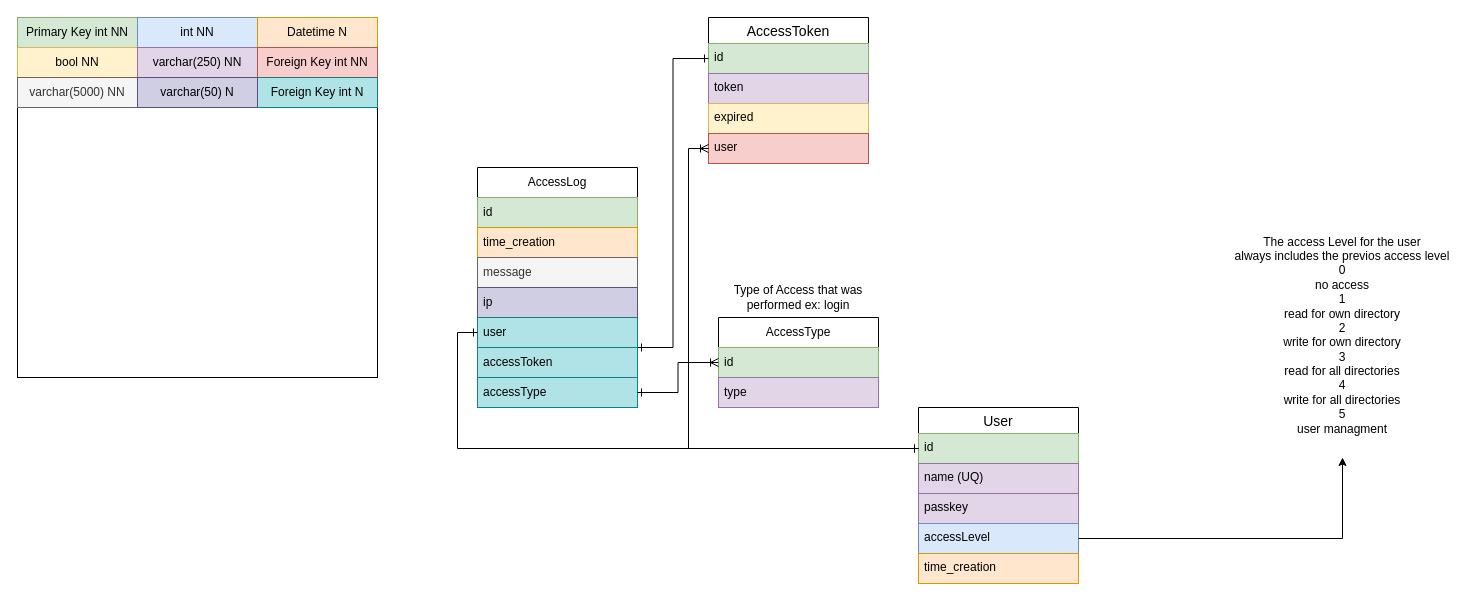
Above: Database/DatabaseDiagram.drawio in ZeilingerAlexander/FileServer_NodeJS (draw.io), before the change. Source tidied: cells renumbered, new cells numbered last; positions are measured from the earlier drawing's top-left corner, leaving out a move shared by most shapes. Both pictures are drawn from the tidied source at 100%, with x=0, y=0 at pixel (17, 17).
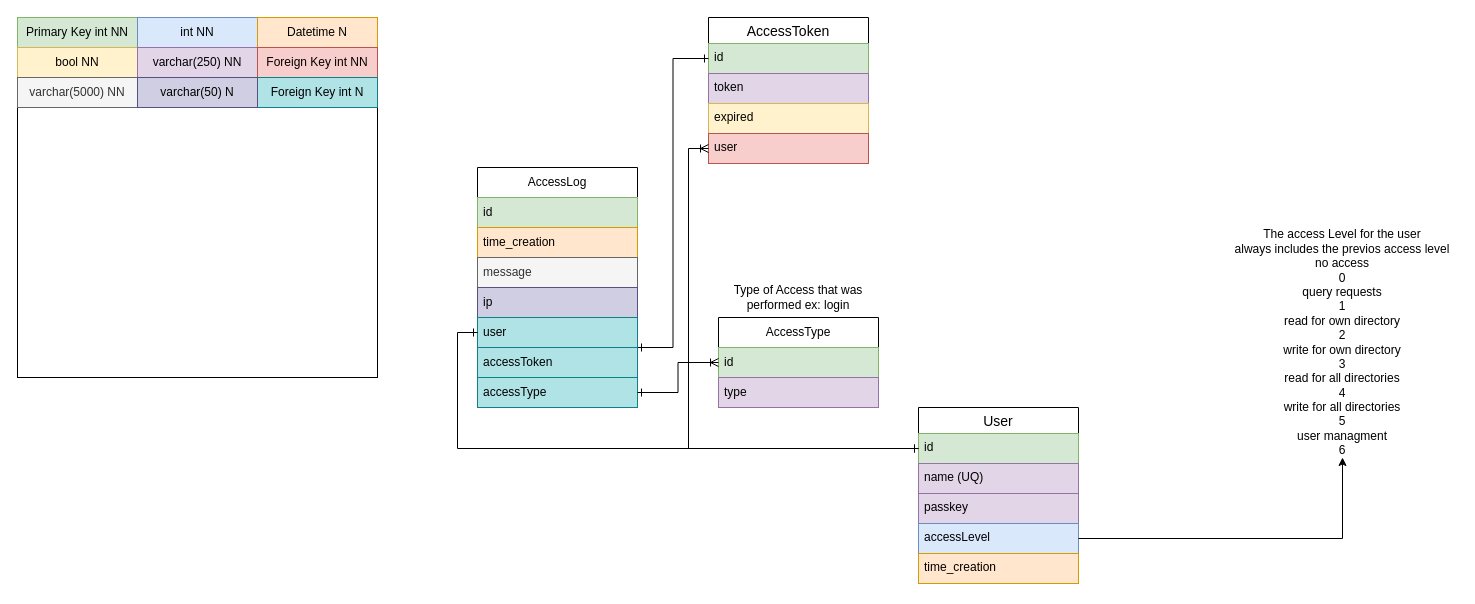
After the change.

Commit message (it also covers changes not shown here):
added basic auth levels through access level control

Change to the diagram source:
```diff
@@
-    <mxCell id="39" value="The access Level for the user&lt;div&gt;always includes the previos access level&lt;br&gt;&lt;div&gt;&lt;div&gt;0&lt;/div&gt;&lt;div&gt;no access&lt;/div&gt;&lt;div&gt;1&lt;/div&gt;&lt;div&gt;read for own directory&lt;/div&gt;&lt;div&gt;2&lt;/div&gt;&lt;div&gt;write for own directory&lt;/div&gt;&lt;div&gt;3&lt;/div&gt;&lt;div&gt;read for all directories&lt;/div&gt;&lt;div&gt;4&lt;/div&gt;&lt;div&gt;write for all directories&lt;/div&gt;&lt;div&gt;5&lt;/div&gt;&lt;div&gt;user managment&lt;/div&gt;&lt;div&gt;&lt;br&gt;&lt;/div&gt;&lt;/div&gt;&lt;/div&gt;" style="text;html=1;align=center;verticalAlign=middle;whiteSpace=wrap;rounded=0;" parent="1" vertex="1">
+    <mxCell id="39" value="The access Level for the user&lt;div&gt;always includes the previos access level&lt;div&gt;&lt;div&gt;no access&lt;/div&gt;&lt;div&gt;0&lt;/div&gt;&lt;div&gt;query requests&lt;/div&gt;&lt;div&gt;1&lt;/div&gt;&lt;div&gt;read for own directory&lt;/div&gt;&lt;div&gt;2&lt;/div&gt;&lt;div&gt;write for own directory&lt;/div&gt;&lt;div&gt;3&lt;/div&gt;&lt;div&gt;read for all directories&lt;/div&gt;&lt;div&gt;4&lt;/div&gt;&lt;div&gt;write for all directories&lt;/div&gt;&lt;div&gt;5&lt;/div&gt;&lt;div&gt;user managment&lt;/div&gt;&lt;/div&gt;&lt;/div&gt;&lt;div&gt;6&lt;/div&gt;" style="text;html=1;align=center;verticalAlign=middle;whiteSpace=wrap;rounded=0;" parent="1" vertex="1">
       <mxGeometry x="1210" y="210" width="230" height="230" as="geometry" />
     </mxCell>
```
